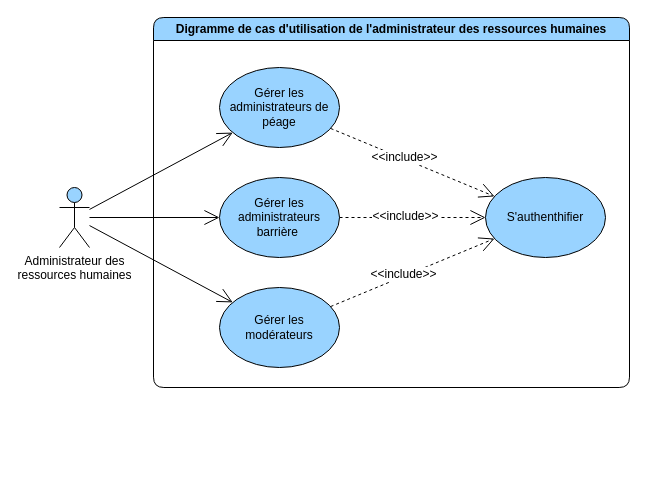
This is page "general" (1 of 5) of diagrams/use-case/administrateur-des-ressources-humaines.drawio from devlotfi/peage-pay, a draw.io file, before an edit. Source tidied: cells renumbered, new cells numbered last; positions are measured from the earlier drawing's top-left corner, leaving out a move shared by most shapes. Both pictures are drawn from the tidied source at 100%, with x=0, y=0 at pixel (59, 17).
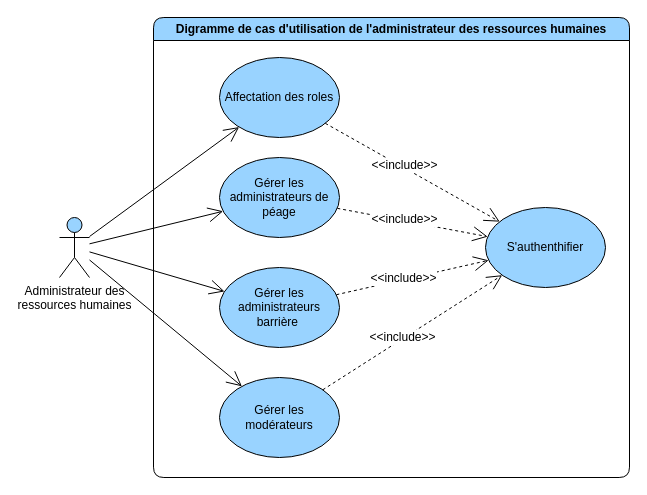
The same page after the edit.

The edit, as a diff of the source:
```diff
@@
     <mxCell id="2" value="Digramme de cas d'utilisation de l'administrateur des ressources humaines" style="swimlane;whiteSpace=wrap;html=1;rounded=1;fillColor=#99D3FF;" parent="1" vertex="1">
-      <mxGeometry x="94" width="476" height="370" as="geometry" />
+      <mxGeometry x="94" width="476" height="460" as="geometry" />
     </mxCell>
@@
     <mxCell id="5" value="Gérer les administrateurs de péage" style="ellipse;whiteSpace=wrap;html=1;strokeColor=default;align=center;verticalAlign=middle;fontFamily=Helvetica;fontSize=12;fontColor=default;fillColor=#99D3FF;" parent="2" vertex="1">
-      <mxGeometry x="66" y="50" width="120" height="80" as="geometry" />
+      <mxGeometry x="66" y="140" width="120" height="80" as="geometry" />
     </mxCell>
     <mxCell id="6" value="S'authenthifier" style="ellipse;whiteSpace=wrap;html=1;strokeColor=default;align=center;verticalAlign=middle;fontFamily=Helvetica;fontSize=12;fontColor=default;fillColor=#99D3FF;" parent="2" vertex="1">
-      <mxGeometry x="332" y="160" width="120" height="80" as="geometry" />
+      <mxGeometry x="332" y="190" width="120" height="80" as="geometry" />
     </mxCell>
     <mxCell id="7" value="Gérer les administrateurs&lt;br&gt;barrière&amp;nbsp;" style="ellipse;whiteSpace=wrap;html=1;strokeColor=default;align=center;verticalAlign=middle;fontFamily=Helvetica;fontSize=12;fontColor=default;fillColor=#99D3FF;" parent="2" vertex="1">
-      <mxGeometry x="66" y="160" width="120" height="80" as="geometry" />
+      <mxGeometry x="66" y="250" width="120" height="80" as="geometry" />
     </mxCell>
     <mxCell id="8" value="Gérer les modérateurs" style="ellipse;whiteSpace=wrap;html=1;strokeColor=default;align=center;verticalAlign=middle;fontFamily=Helvetica;fontSize=12;fontColor=default;fillColor=#99D3FF;" parent="2" vertex="1">
-      <mxGeometry x="66" y="270" width="120" height="80" as="geometry" />
+      <mxGeometry x="66" y="360" width="120" height="80" as="geometry" />
     </mxCell>
@@
+    <mxCell id="17" value="Affectation des roles" style="ellipse;whiteSpace=wrap;html=1;strokeColor=default;align=center;verticalAlign=middle;fontFamily=Helvetica;fontSize=12;fontColor=default;fillColor=#99D3FF;" parent="2" vertex="1">
+      <mxGeometry x="66" y="40" width="120" height="80" as="geometry" />
+    </mxCell>
+    <mxCell id="18" style="edgeStyle=none;rounded=0;jettySize=auto;html=1;strokeColor=default;align=center;verticalAlign=middle;fontFamily=Helvetica;fontSize=12;fontColor=default;labelBackgroundColor=default;startSize=6;endArrow=open;endFill=0;endSize=13;dashed=1;" parent="2" edge="1" source="17" target="6">
+      <mxGeometry relative="1" as="geometry" />
+    </mxCell>
+    <mxCell id="19" value="&amp;lt;&amp;lt;include&amp;gt;&amp;gt;" style="edgeLabel;html=1;align=center;verticalAlign=middle;strokeColor=default;fontFamily=Helvetica;fontSize=12;fontColor=default;labelBackgroundColor=default;fillColor=#99D3FF;" parent="18" vertex="1">
+      <mxGeometry x="-0.11" y="2" relative="1" as="geometry" />
+    </mxCell>
@@
     <mxCell id="14" value="Administrateur&amp;nbsp;des&lt;br&gt;ressources humaines" style="shape=umlActor;verticalLabelPosition=bottom;verticalAlign=top;html=1;outlineConnect=0;strokeColor=default;align=center;fontFamily=Helvetica;fontSize=12;fontColor=default;fillColor=#99D3FF;" parent="1" vertex="1">
-      <mxGeometry y="170" width="30" height="60" as="geometry" />
+      <mxGeometry y="200" width="30" height="60" as="geometry" />
     </mxCell>
@@
+    <mxCell id="20" style="rounded=0;jettySize=auto;html=1;fontFamily=Helvetica;fontSize=12;fontColor=default;endArrow=open;endFill=0;startSize=6;endSize=13;" parent="1" edge="1" source="14" target="17">
+      <mxGeometry relative="1" as="geometry" />
+    </mxCell>
```
